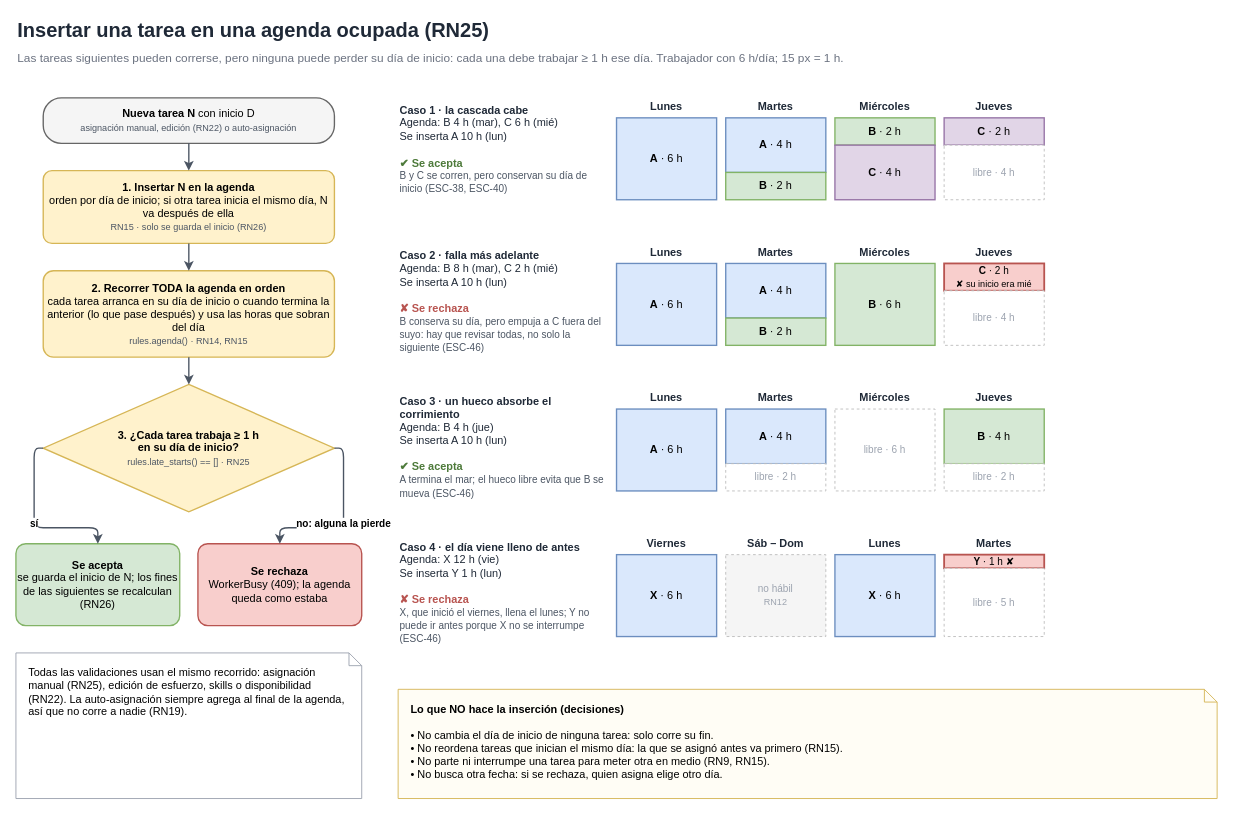
The draw.io diagram docs/diagramas/07-insercion-agenda.drawio in hisandan/TaskWorkers, before the edit. Source tidied: cells renumbered, new cells numbered last; positions are measured from the earlier drawing's top-left corner, leaving out a move shared by most shapes. Both pictures are drawn from the tidied source at 91%, with x=0, y=0 at pixel (15, 15).
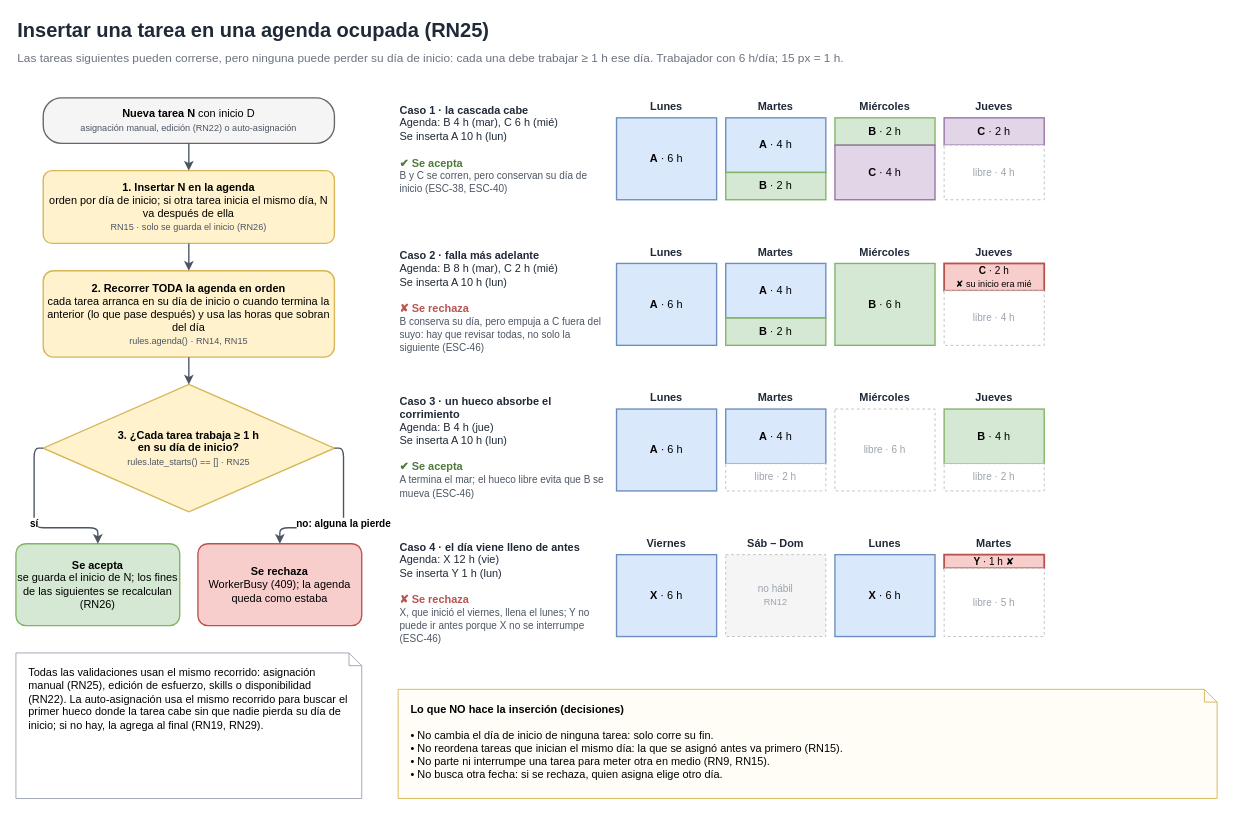
The same diagram, later.

Diff of the diagram source:
```diff
@@
-    <mxCell id="60" value="Todas las validaciones usan el mismo recorrido: asignación manual (RN25), edición de esfuerzo, skills o disponibilidad (RN22). La auto-asignación siempre agrega al final de la agenda, así que no corre a nadie (RN19)." style="shape=note;whiteSpace=wrap;html=1;size=14;fillColor=#ffffff;strokeColor=#9ca3af;align=left;verticalAlign=top;spacingLeft=12;spacingTop=8;spacingRight=10;fontSize=12;" parent="1" vertex="1">
+    <mxCell id="60" value="Todas las validaciones usan el mismo recorrido: asignación manual (RN25), edición de esfuerzo, skills o disponibilidad (RN22). La auto-asignación usa el mismo recorrido para buscar el primer hueco donde la tarea cabe sin que nadie pierda su día de inicio; si no hay, la agrega al final (RN19, RN29)." style="shape=note;whiteSpace=wrap;html=1;size=14;fillColor=#ffffff;strokeColor=#9ca3af;align=left;verticalAlign=top;spacingLeft=12;spacingTop=8;spacingRight=10;fontSize=12;" parent="1" vertex="1">
       <mxGeometry y="700" width="380" height="160" as="geometry" />
     </mxCell>
```
